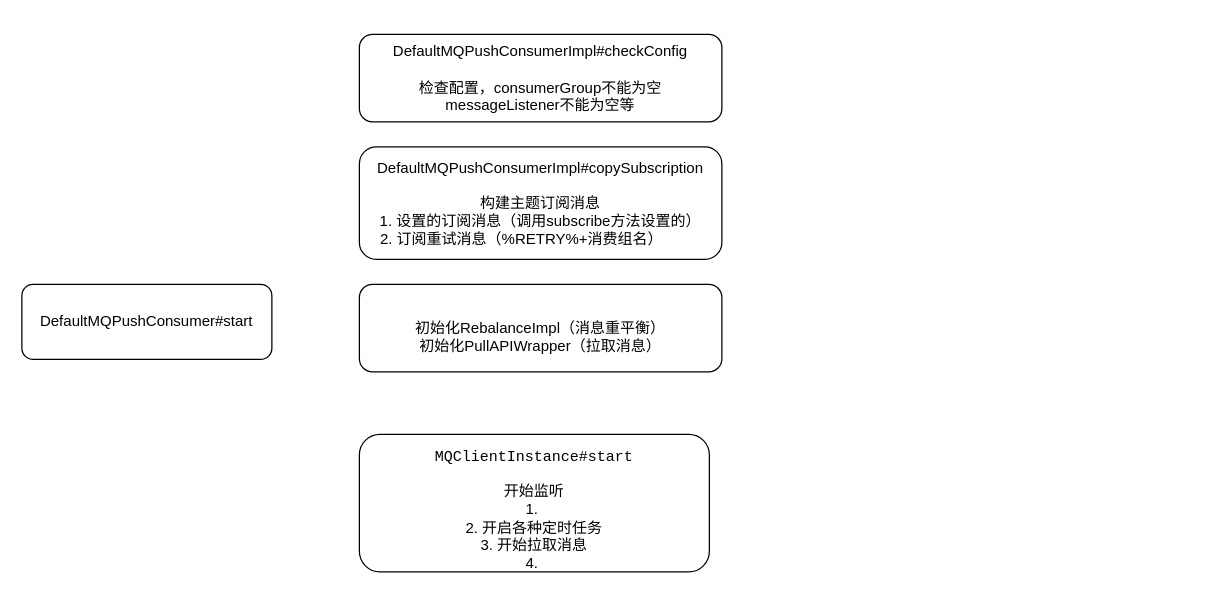
This is rocketmq/消费者启动流程.drawio from erlieStar/diagrams, a draw.io file, before an edit. Source tidied: cells renumbered, new cells numbered last; positions are measured from the earlier drawing's top-left corner, leaving out a move shared by most shapes. Both pictures are drawn from the tidied source at 125%, with x=0, y=0 at pixel (21, 34).
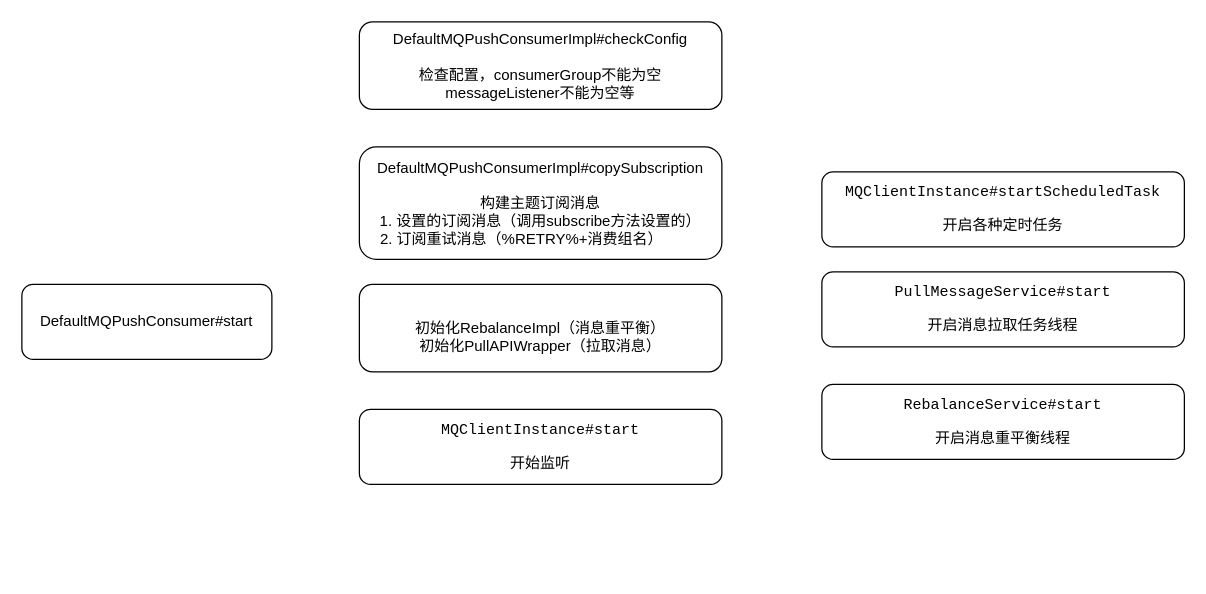
Above is the later version.

Commit message:
Update 消费者启动流程.drawio

Diff of the diagram source:
```diff
@@
 <mxGraphModel>
   <root>
     <mxCell id="0" />
     <mxCell id="1" parent="0" />
     <mxCell id="2" value="DefaultMQPushConsumer#start" style="rounded=1;whiteSpace=wrap;html=1;" parent="1" vertex="1">
       <mxGeometry y="200" width="200" height="60" as="geometry" />
     </mxCell>
     <mxCell id="3" value="DefaultMQPushConsumerImpl#copySubscription&lt;br&gt;&lt;br&gt;构建主题订阅消息&lt;br&gt;1. 设置的订阅消息（调用subscribe方法设置的）&lt;br&gt;2. 订阅重试消息（%RETRY%+消费组名）&amp;nbsp; &amp;nbsp; &amp;nbsp; &amp;nbsp; &amp;nbsp;" style="rounded=1;whiteSpace=wrap;html=1;" parent="1" vertex="1">
       <mxGeometry x="270" y="90" width="290" height="90" as="geometry" />
     </mxCell>
     <mxCell id="4" value="&lt;br&gt;初始化RebalanceImpl（消息重平衡）&lt;br&gt;初始化PullAPIWrapper（拉取消息）" style="rounded=1;whiteSpace=wrap;html=1;" parent="1" vertex="1">
       <mxGeometry x="270" y="200" width="290" height="70" as="geometry" />
     </mxCell>
     <mxCell id="5" value="&lt;div&gt;DefaultMQPushConsumerImpl#checkConfig&lt;br&gt;&lt;/div&gt;&lt;div&gt;&lt;br&gt;&lt;/div&gt;&lt;div&gt;检查配置，consumerGroup不能为空&lt;/div&gt;&lt;div&gt;messageListener不能为空等&lt;/div&gt;" style="rounded=1;whiteSpace=wrap;html=1;" parent="1" vertex="1">
-      <mxGeometry x="270" width="290" height="70" as="geometry" />
+      <mxGeometry x="270" y="-10" width="290" height="70" as="geometry" />
     </mxCell>
-    <mxCell id="6" value="&lt;pre&gt;MQClientInstance#start&lt;/pre&gt;开始监听&lt;br&gt;1.&amp;nbsp;&lt;br&gt;2. 开启各种定时任务&lt;br&gt;3. 开始拉取消息&lt;br&gt;4.&amp;nbsp;" style="rounded=1;whiteSpace=wrap;html=1;" parent="1" vertex="1">
-      <mxGeometry x="270" y="320" width="280" height="110" as="geometry" />
+    <mxCell id="6" value="&lt;pre&gt;MQClientInstance#start&lt;/pre&gt;&lt;pre&gt;开始监听&lt;/pre&gt;" style="rounded=1;whiteSpace=wrap;html=1;" parent="1" vertex="1">
+      <mxGeometry x="270" y="300" width="290" height="60" as="geometry" />
     </mxCell>
+    <mxCell id="7" value="&lt;pre&gt;MQClientInstance#startScheduledTask&lt;br&gt;&lt;/pre&gt;&lt;pre&gt;开启各种定时任务&lt;/pre&gt;" style="rounded=1;whiteSpace=wrap;html=1;" parent="1" vertex="1">
+      <mxGeometry x="640" y="110" width="290" height="60" as="geometry" />
+    </mxCell>
+    <mxCell id="8" value="&lt;pre&gt;PullMessageService#start&lt;/pre&gt;&lt;pre&gt;开启消息拉取任务线程&lt;/pre&gt;" style="rounded=1;whiteSpace=wrap;html=1;" parent="1" vertex="1">
+      <mxGeometry x="640" y="190" width="290" height="60" as="geometry" />
+    </mxCell>
+    <mxCell id="9" value="&lt;pre&gt;RebalanceService#start&lt;/pre&gt;&lt;pre&gt;开启消息重平衡线程&lt;/pre&gt;" style="rounded=1;whiteSpace=wrap;html=1;" parent="1" vertex="1">
+      <mxGeometry x="640" y="280" width="290" height="60" as="geometry" />
+    </mxCell>
   </root>
 </mxGraphModel>
```
